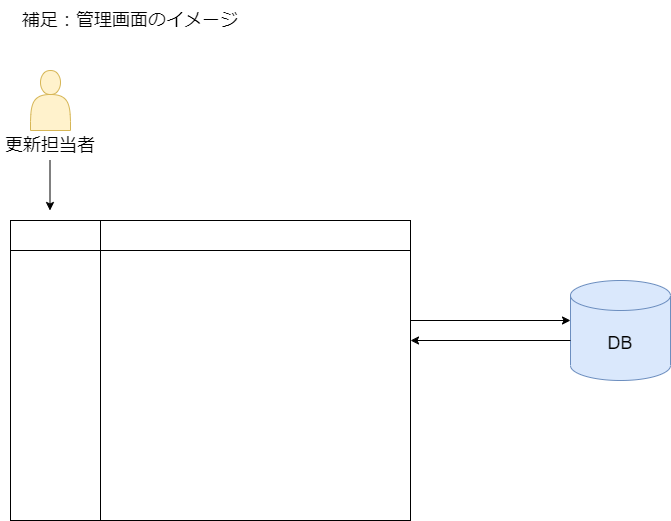
buyodo/webgis-doc keeps this draw.io diagram as 補足.drawio.png. Above is the earlier version. Source tidied: cells renumbered, new cells last; positions are measured from the earlier drawing's top-left corner, leaving out a move shared by most shapes. Source of this version:
```xml
<mxGraphModel>
  <root>
    <mxCell id="0" />
    <mxCell id="1" parent="0" />
    <mxCell id="2" style="shape=internalStorage;whiteSpace=wrap;html=1;backgroundOutline=1;dx=90;dy=30;" parent="1" vertex="1">
      <mxGeometry x="10" y="220" width="400" height="300" as="geometry" />
    </mxCell>
    <mxCell id="3" value="補足：管理画面のイメージ" style="text;html=1;strokeColor=none;fillColor=none;align=center;verticalAlign=middle;whiteSpace=wrap;rounded=0;fontSize=18;" parent="1" vertex="1">
      <mxGeometry x="10" width="240" height="40" as="geometry" />
    </mxCell>
    <mxCell id="4" style="shape=actor;whiteSpace=wrap;html=1;fontSize=18;fillColor=#fff2cc;strokeColor=#d6b656;" parent="1" vertex="1">
      <mxGeometry x="30" y="70" width="40" height="60" as="geometry" />
    </mxCell>
    <mxCell id="5" value="更新担当者" style="text;html=1;strokeColor=none;fillColor=none;align=center;verticalAlign=middle;whiteSpace=wrap;rounded=0;fontSize=18;" parent="1" vertex="1">
      <mxGeometry y="130" width="100" height="30" as="geometry" />
    </mxCell>
    <mxCell id="6" style="endArrow=classic;html=1;rounded=0;fontSize=18;" parent="1" edge="1">
      <mxGeometry relative="1" as="geometry">
        <mxPoint x="49.5" y="160" as="sourcePoint" />
        <mxPoint x="49.5" y="210" as="targetPoint" />
      </mxGeometry>
    </mxCell>
    <mxCell id="7" value="DB" style="shape=cylinder3;whiteSpace=wrap;html=1;boundedLbl=1;backgroundOutline=1;size=15;fontSize=18;fillColor=#dae8fc;strokeColor=#6c8ebf;" parent="1" vertex="1">
      <mxGeometry x="570" y="280" width="100" height="100" as="geometry" />
    </mxCell>
    <mxCell id="8" style="endArrow=classic;html=1;rounded=0;fontSize=18;entryX=0;entryY=0.4;entryDx=0;entryDy=0;entryPerimeter=0;" parent="1" edge="1" target="7">
      <mxGeometry relative="1" as="geometry">
        <mxPoint x="410" y="320" as="sourcePoint" />
      </mxGeometry>
    </mxCell>
    <mxCell id="9" style="endArrow=classic;html=1;rounded=0;fontSize=18;entryX=1;entryY=0.4;entryDx=0;entryDy=0;entryPerimeter=0;" parent="1" edge="1" target="2">
      <mxGeometry relative="1" as="geometry">
        <mxPoint x="570" y="340" as="sourcePoint" />
      </mxGeometry>
    </mxCell>
  </root>
</mxGraphModel>
```
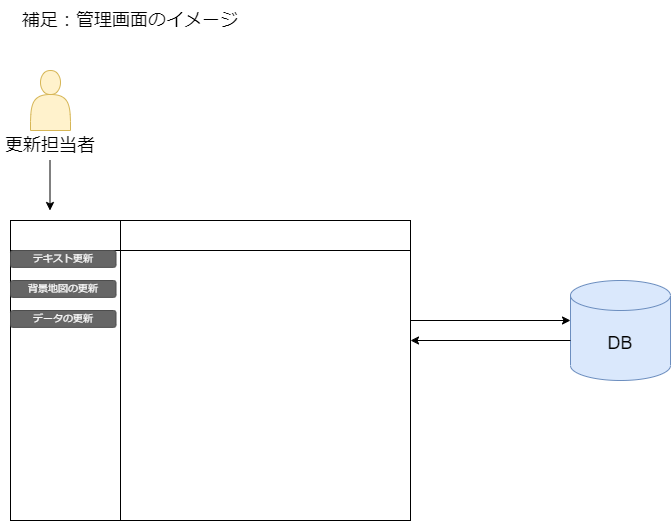
The same file after the commit.

Commit message:
補足.drawio.png を更新します

What changed in the source:
```diff
@@ -2,7 +2,7 @@
   <root>
     <mxCell id="0" />
     <mxCell id="1" parent="0" />
-    <mxCell id="2" style="shape=internalStorage;whiteSpace=wrap;html=1;backgroundOutline=1;dx=90;dy=30;" parent="1" vertex="1">
+    <mxCell id="2" style="shape=internalStorage;whiteSpace=wrap;html=1;backgroundOutline=1;dx=110;dy=30;" parent="1" vertex="1">
       <mxGeometry x="10" y="220" width="400" height="300" as="geometry" />
     </mxCell>
     <mxCell id="3" value="補足：管理画面のイメージ" style="text;html=1;strokeColor=none;fillColor=none;align=center;verticalAlign=middle;whiteSpace=wrap;rounded=0;fontSize=18;" parent="1" vertex="1">
@@ -33,5 +33,14 @@
         <mxPoint x="570" y="340" as="sourcePoint" />
       </mxGeometry>
     </mxCell>
+    <mxCell id="10" value="テキスト更新" style="rounded=1;html=1;shadow=0;dashed=0;whiteSpace=wrap;fontSize=10;fillColor=#666666;align=center;strokeColor=#4D4D4D;fontColor=#ffffff;" parent="1" vertex="1">
+      <mxGeometry x="10" y="250" width="105.5" height="16.9" as="geometry" />
+    </mxCell>
+    <mxCell id="11" value="背景地図の更新" style="rounded=1;html=1;shadow=0;dashed=0;whiteSpace=wrap;fontSize=10;fillColor=#666666;align=center;strokeColor=#4D4D4D;fontColor=#ffffff;" parent="1" vertex="1">
+      <mxGeometry x="10" y="280" width="105.5" height="16.9" as="geometry" />
+    </mxCell>
+    <mxCell id="12" value="データの更新" style="rounded=1;html=1;shadow=0;dashed=0;whiteSpace=wrap;fontSize=10;fillColor=#666666;align=center;strokeColor=#4D4D4D;fontColor=#ffffff;" parent="1" vertex="1">
+      <mxGeometry x="10" y="310" width="105.5" height="16.9" as="geometry" />
+    </mxCell>
   </root>
 </mxGraphModel>
```
